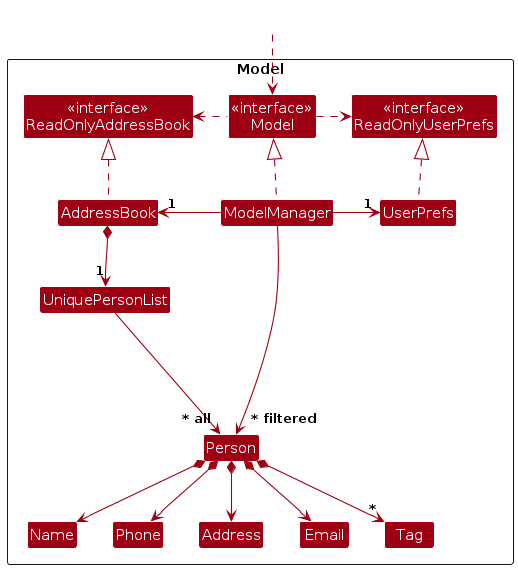
This is diagrams/ModelClassDiagram.png from AY2627S1-CS2103-F12-3/tp, a PlantUML export, as it was before one commit. Its source is kept beside it as diagrams/ModelClassDiagram.puml.
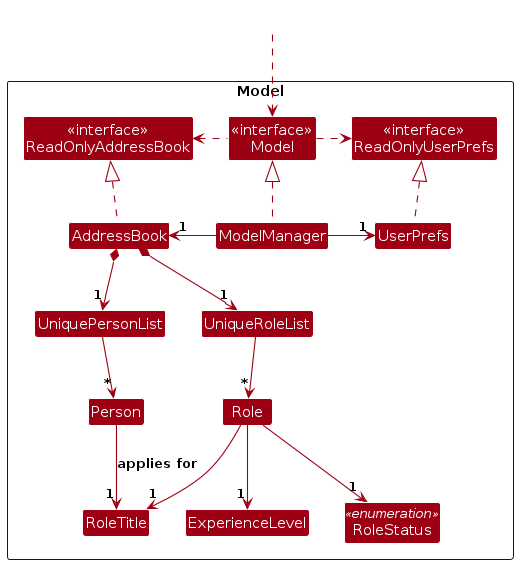
After the change.

The edit, as a diff of the source:
```diff
@@ -14,13 +14,11 @@
 
 Class UniquePersonList
 Class Person
-Class Address
-Class Email
-Class Name
-Class Phone
-Class Tag
-
-Class I #FFFFFF
+Class UniqueRoleList
+Class Role
+Class RoleTitle
+Class ExperienceLevel
+Enum RoleStatus <<enumeration>>
 }
 
 Class HiddenOutside #FFFFFF
@@ -36,19 +34,16 @@
 UserPrefs .up.|> ReadOnlyUserPrefs
 
 AddressBook *--> "1" UniquePersonList
-UniquePersonList --> "~* all" Person
-Person *--> Name
-Person *--> Phone
-Person *--> Email
-Person *--> Address
-Person *--> "*" Tag
+UniquePersonList --> "*" Person
+AddressBook *--> "1" UniqueRoleList
+UniqueRoleList --> "*" Role
+Role --> "1" RoleTitle
+Role --> "1" ExperienceLevel
+Role --> "1" RoleStatus
+Person --> "1" RoleTitle : applies for
 
-Person -[hidden]up--> I
-UniquePersonList -[hidden]right-> I
+Person -[hidden]right-> Role
+RoleTitle -[hidden]right-> ExperienceLevel
+ExperienceLevel -[hidden]right-> RoleStatus
 
-Name -[hidden]right-> Phone
-Phone -[hidden]right-> Address
-Address -[hidden]right-> Email
-
-ModelManager --> "~* filtered" Person
 @enduml
```
